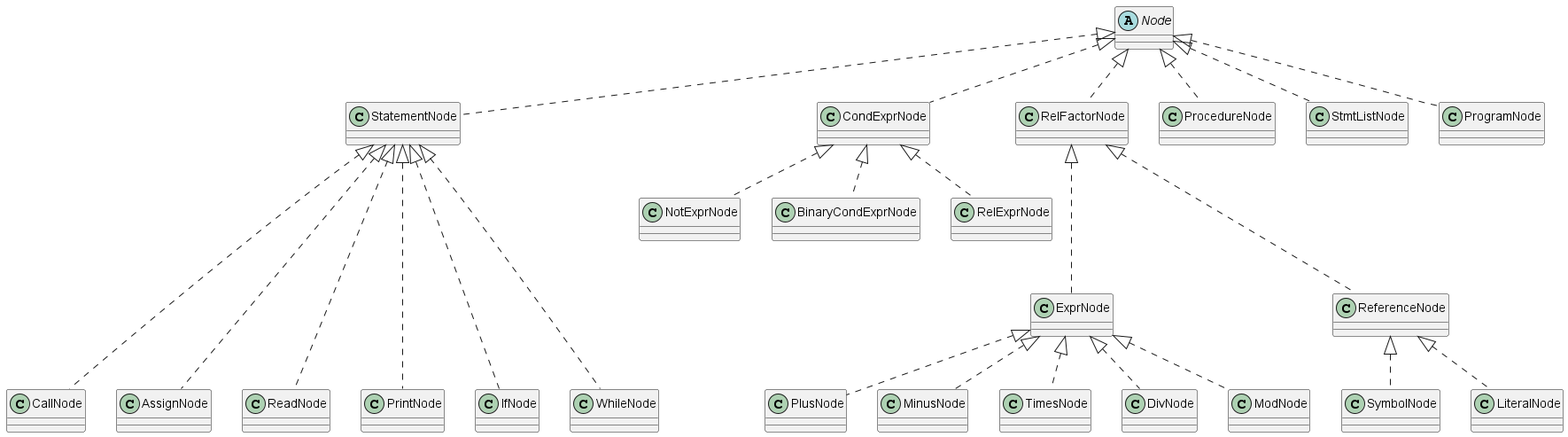
The PlantUML diagram docs/images/SPASTClassDiagram.png in mazx4960/static-analyzer, before a commit.
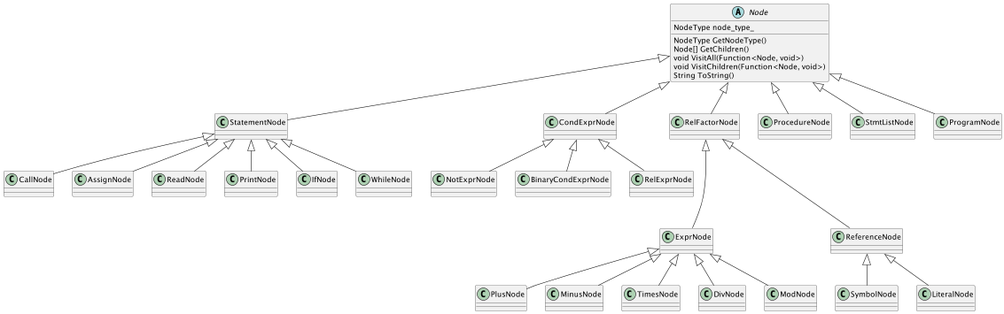
Later version of the same file.

Diff of the diagram source:
```diff
@@ -1,6 +1,14 @@
 @startuml
 
-abstract class Node
+abstract class Node {
+    NodeType node_type_
+    NodeType GetNodeType()
+    Node[] GetChildren()
+    void VisitAll(Function<Node, void>)
+    void VisitChildren(Function<Node, void>)
+    String ToString()
+}
+
 class SymbolNode
 class LiteralNode
 class CallNode
@@ -12,33 +20,33 @@
 class ProcedureNode
 class StmtListNode
 
-ProgramNode .up.|> Node
-ProcedureNode .up.|> Node
-StmtListNode .up.|> Node
-StatementNode .up.|> Node
-CondExprNode .up.|> Node
-RelFactorNode .up.|> Node
+ProgramNode -up-|> Node
+ProcedureNode -up-|> Node
+StmtListNode -up-|> Node
+StatementNode -up-|> Node
+CondExprNode -up-|> Node
+RelFactorNode -up-|> Node
 
-ReferenceNode ..up.|> RelFactorNode
-SymbolNode .up.|> ReferenceNode
-LiteralNode .up.|> ReferenceNode
+ReferenceNode --up-|> RelFactorNode
+SymbolNode -up-|> ReferenceNode
+LiteralNode -up-|> ReferenceNode
 
-ExprNode ..up.|> RelFactorNode
-PlusNode .up.|> ExprNode
-MinusNode .up.|> ExprNode
-TimesNode .up.|> ExprNode
-DivNode .up.|> ExprNode
-ModNode .up.|> ExprNode
+ExprNode --up-|> RelFactorNode
+PlusNode -up-|> ExprNode
+MinusNode -up-|> ExprNode
+TimesNode -up-|> ExprNode
+DivNode -up-|> ExprNode
+ModNode -up-|> ExprNode
 
-NotExprNode .up.|> CondExprNode
-BinaryCondExprNode .up.|> CondExprNode
-RelExprNode .up.|> CondExprNode
+NotExprNode -up-|> CondExprNode
+BinaryCondExprNode -up-|> CondExprNode
+RelExprNode -up-|> CondExprNode
 
-CallNode ..up..|> StatementNode
-AssignNode ..up..|> StatementNode
-ReadNode ..up..|> StatementNode
-PrintNode ..up..|> StatementNode
-IfNode ..up..|> StatementNode
-WhileNode ..up..|> StatementNode
+CallNode -up-|> StatementNode
+AssignNode -up-|> StatementNode
+ReadNode -up-|> StatementNode
+PrintNode -up-|> StatementNode
+IfNode -up-|> StatementNode
+WhileNode -up-|> StatementNode
 
 @enduml
```
